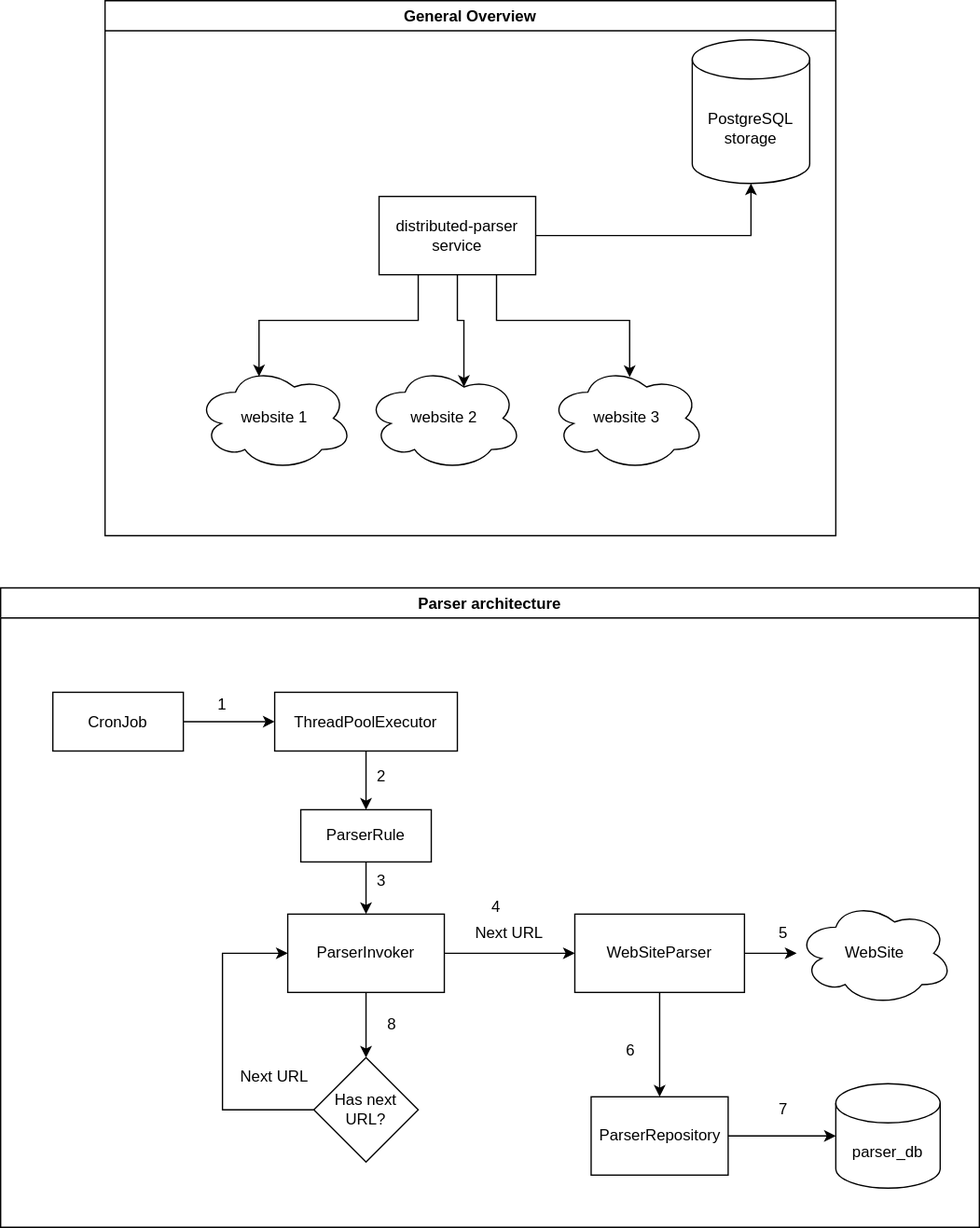
Earlier version of the draw.io export DistributedParser.drawio.svg (sabyrzhan/distributed-site-parser). Source tidied: cells renumbered, new cells last; positions are measured from the earlier drawing's top-left corner, leaving out a move shared by most shapes.
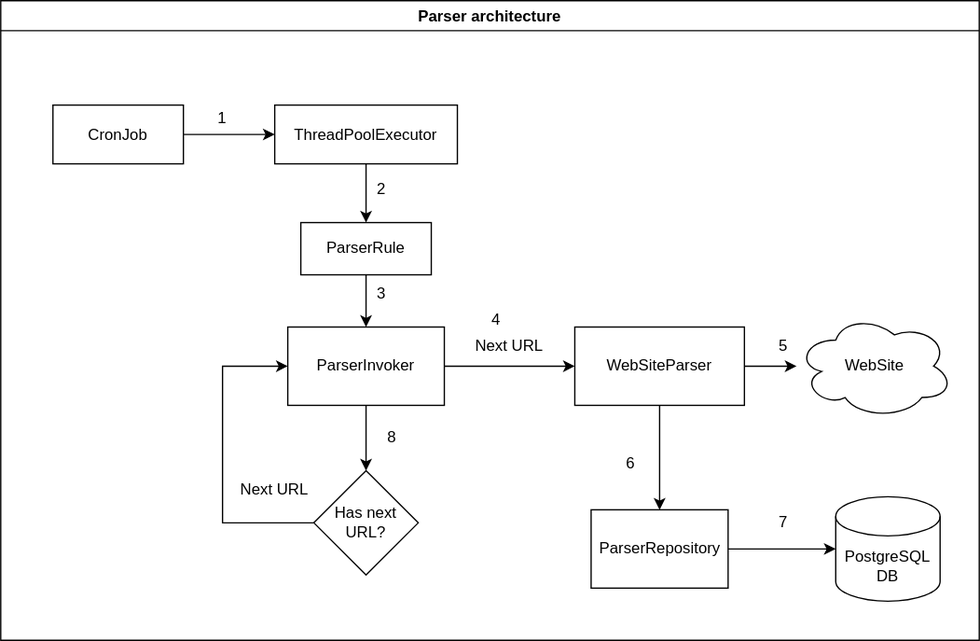
Later version of the same file.

Commit message:
Add general architecture diagram

Diff of the diagram source:
```diff
@@ -2,36 +2,6 @@
   <root>
     <mxCell id="0" />
     <mxCell id="1" parent="0" />
-    <mxCell id="2" value="General Overview" style="swimlane;" parent="1" vertex="1">
-      <mxGeometry x="80" width="560" height="410" as="geometry" />
-    </mxCell>
-    <mxCell id="3" value="distributed-parser service" style="rounded=0;whiteSpace=wrap;html=1;" parent="2" vertex="1">
-      <mxGeometry x="210" y="150" width="120" height="60" as="geometry" />
-    </mxCell>
-    <mxCell id="4" value="website 1" style="ellipse;shape=cloud;whiteSpace=wrap;html=1;" parent="2" vertex="1">
-      <mxGeometry x="70" y="280" width="120" height="80" as="geometry" />
-    </mxCell>
-    <mxCell id="5" style="edgeStyle=orthogonalEdgeStyle;rounded=0;jettySize=auto;html=1;entryX=0.4;entryY=0.1;entryDx=0;entryDy=0;entryPerimeter=0;exitX=0.25;exitY=1;exitDx=0;exitDy=0;" parent="2" edge="1" source="3" target="4">
-      <mxGeometry relative="1" as="geometry" />
-    </mxCell>
-    <mxCell id="6" value="website 2" style="ellipse;shape=cloud;whiteSpace=wrap;html=1;" parent="2" vertex="1">
-      <mxGeometry x="200" y="280" width="120" height="80" as="geometry" />
-    </mxCell>
-    <mxCell id="7" style="edgeStyle=orthogonalEdgeStyle;rounded=0;jettySize=auto;html=1;exitX=0.5;exitY=1;exitDx=0;exitDy=0;entryX=0.625;entryY=0.2;entryDx=0;entryDy=0;entryPerimeter=0;" parent="2" edge="1" source="3" target="6">
-      <mxGeometry relative="1" as="geometry" />
-    </mxCell>
-    <mxCell id="8" value="website 3" style="ellipse;shape=cloud;whiteSpace=wrap;html=1;" parent="2" vertex="1">
-      <mxGeometry x="340" y="280" width="120" height="80" as="geometry" />
-    </mxCell>
-    <mxCell id="9" style="edgeStyle=orthogonalEdgeStyle;rounded=0;jettySize=auto;html=1;exitX=0.75;exitY=1;exitDx=0;exitDy=0;entryX=0.517;entryY=0.106;entryDx=0;entryDy=0;entryPerimeter=0;" parent="2" edge="1" source="3" target="8">
-      <mxGeometry relative="1" as="geometry" />
-    </mxCell>
-    <mxCell id="10" value="PostgreSQL storage" style="shape=cylinder3;whiteSpace=wrap;html=1;boundedLbl=1;backgroundOutline=1;size=15;" parent="2" vertex="1">
-      <mxGeometry x="450" y="30" width="90" height="110" as="geometry" />
-    </mxCell>
-    <mxCell id="11" style="edgeStyle=orthogonalEdgeStyle;rounded=0;jettySize=auto;html=1;" parent="2" edge="1" source="3" target="10">
-      <mxGeometry relative="1" as="geometry" />
-    </mxCell>
     <mxCell id="12" value="Parser architecture" style="swimlane;" parent="1" vertex="1">
       <mxGeometry y="450" width="750" height="490" as="geometry" />
     </mxCell>
@@ -91,7 +61,7 @@
     <mxCell id="29" value="Next URL" style="text;html=1;strokeColor=none;fillColor=none;align=center;verticalAlign=middle;whiteSpace=wrap;rounded=0;" parent="12" vertex="1">
       <mxGeometry x="180" y="360" width="60" height="30" as="geometry" />
     </mxCell>
-    <mxCell id="30" value="parser_db" style="shape=cylinder3;whiteSpace=wrap;html=1;boundedLbl=1;backgroundOutline=1;size=15;" parent="12" vertex="1">
+    <mxCell id="30" value="PostgreSQL DB" style="shape=cylinder3;whiteSpace=wrap;html=1;boundedLbl=1;backgroundOutline=1;size=15;" parent="12" vertex="1">
       <mxGeometry x="640" y="380" width="80" height="80" as="geometry" />
     </mxCell>
     <mxCell id="31" style="edgeStyle=orthogonalEdgeStyle;rounded=0;jettySize=auto;html=1;entryX=0;entryY=0.5;entryDx=0;entryDy=0;entryPerimeter=0;" parent="12" edge="1" source="32" target="30">
```
